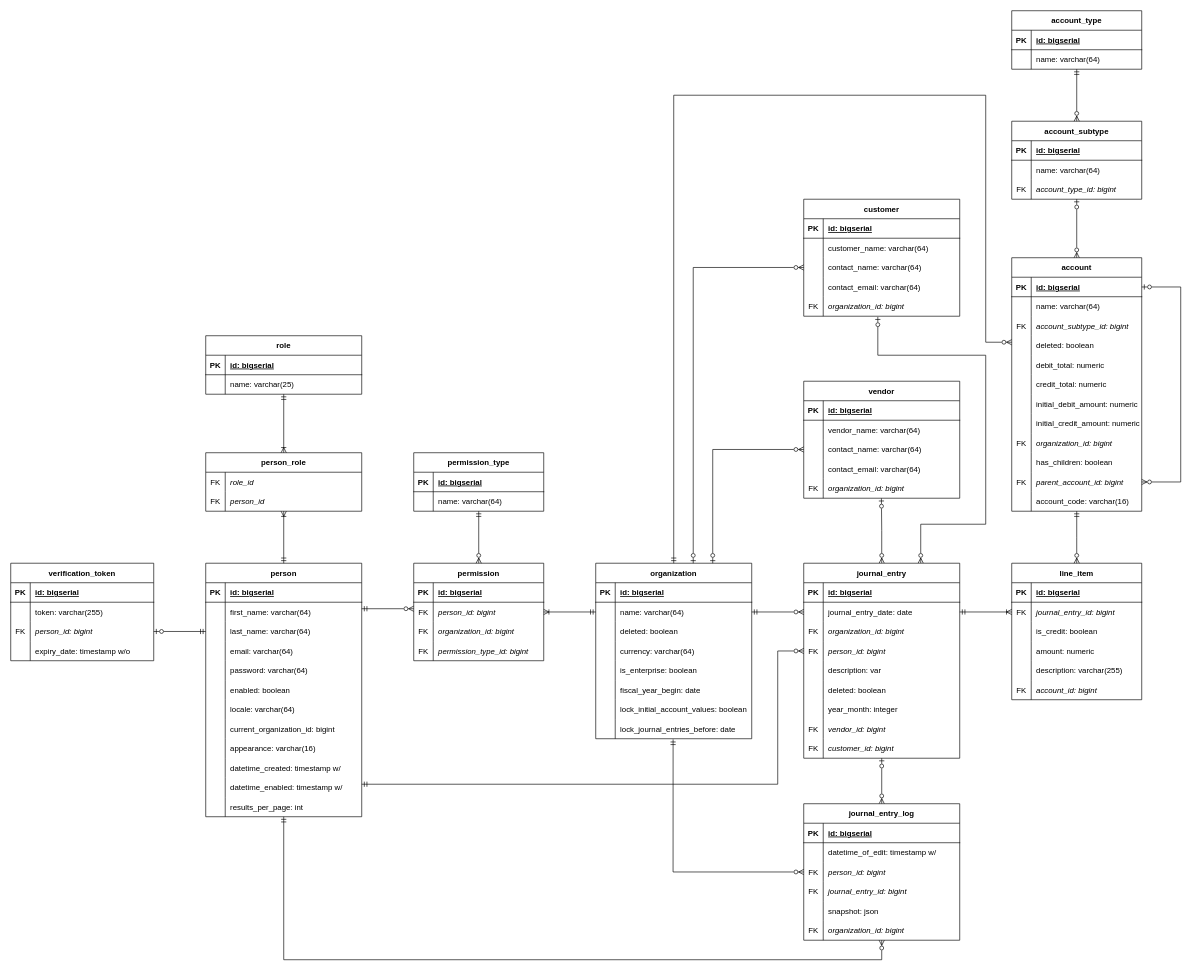
Earlier version of the draw.io diagram db/ER v0.8.drawio (kyleko1234/myEasyLedger). Source tidied: cells renumbered, new cells numbered last; positions are measured from the earlier drawing's top-left corner, leaving out a move shared by most shapes. Both pictures are drawn from the tidied source at 65%, with x=0, y=0 at pixel (10, 10).
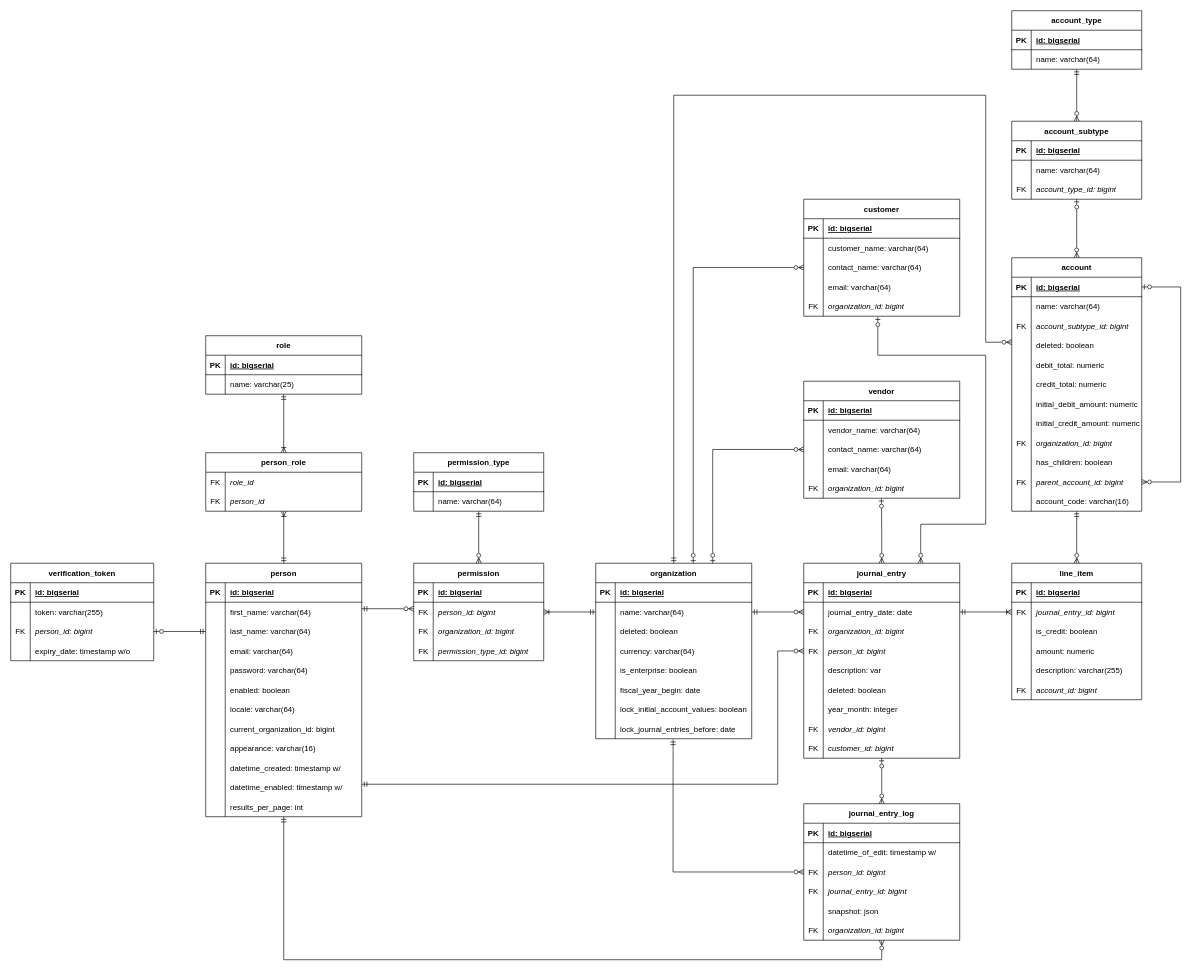
The same diagram, later.

Commit message:
corrected contact_email to email

Unchanged cells that the change refers to:
```xml
<mxCell id="260" style="shape=tableRow;horizontal=0;startSize=0;swimlaneHead=0;swimlaneBody=0;fillColor=none;top=0;left=0;right=0;bottom=0;strokeWidth=1;" parent="250" vertex="1">
  <mxGeometry y="120" width="240" height="30" as="geometry" />
</mxCell>
<mxCell id="277" style="shape=tableRow;horizontal=0;startSize=0;swimlaneHead=0;swimlaneBody=0;fillColor=none;top=0;left=0;right=0;bottom=0;strokeWidth=1;" parent="267" vertex="1">
  <mxGeometry y="120" width="240" height="30" as="geometry" />
</mxCell>
```

What changed in the source:
```diff
@@
-    <mxCell id="262" value="contact_email: varchar(64)" style="shape=partialRectangle;fillColor=none;top=0;left=0;bottom=0;right=0;align=left;spacingLeft=6;overflow=hidden;strokeWidth=1;" parent="260" vertex="1">
+    <mxCell id="262" value="email: varchar(64)" style="shape=partialRectangle;fillColor=none;top=0;left=0;bottom=0;right=0;align=left;spacingLeft=6;overflow=hidden;strokeWidth=1;" parent="260" vertex="1">
       <mxGeometry x="30" width="210" height="30" as="geometry" />
     </mxCell>
@@
-    <mxCell id="279" value="contact_email: varchar(64)" style="shape=partialRectangle;fillColor=none;top=0;left=0;bottom=0;right=0;align=left;spacingLeft=6;overflow=hidden;strokeWidth=1;" parent="277" vertex="1">
+    <mxCell id="279" value="email: varchar(64)" style="shape=partialRectangle;fillColor=none;top=0;left=0;bottom=0;right=0;align=left;spacingLeft=6;overflow=hidden;strokeWidth=1;" parent="277" vertex="1">
       <mxGeometry x="30" width="210" height="30" as="geometry" />
     </mxCell>
```
